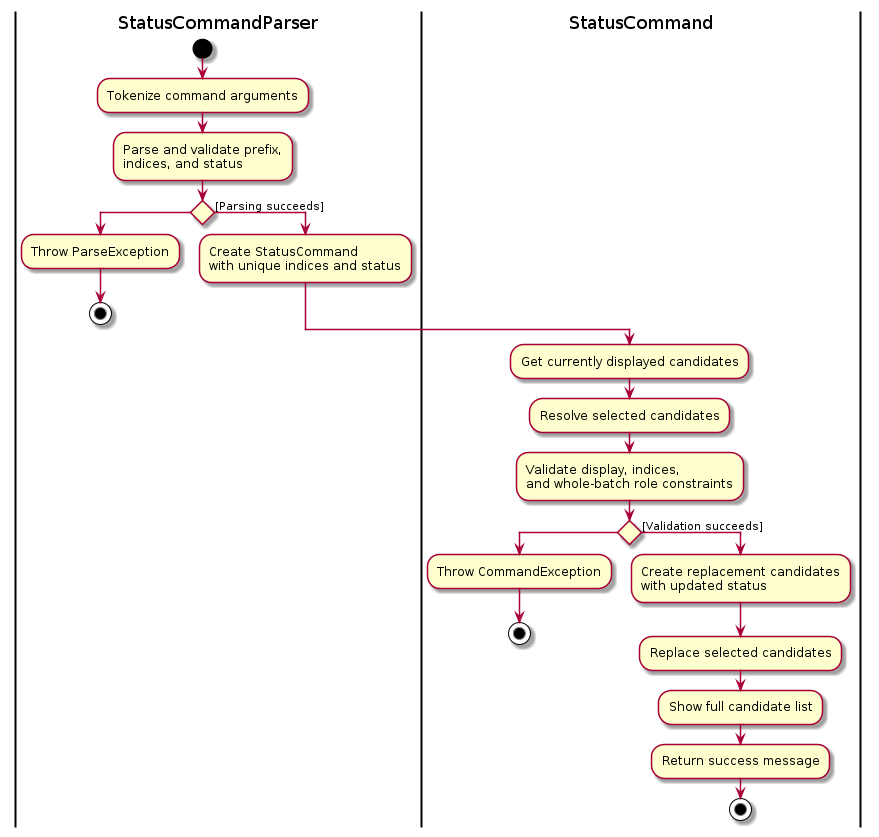
The PlantUML diagram diagrams/BatchStatusActivityDiagram.png in AY2627S1-CS2103-F12-3/tp, before a commit. Its source is kept beside it as diagrams/BatchStatusActivityDiagram.puml. The source it was exported from:
```plantuml
@startuml
skin rose

|StatusCommandParser|
start

:Tokenize command arguments;
:Parse and validate prefix,\nindices, and status;

if ()
    :Throw ParseException;
    stop
else ([Parsing succeeds])
    :Create StatusCommand\nwith unique indices and status;
endif

|StatusCommand|

:Get currently displayed candidates;
:Resolve selected candidates;
:Validate display, indices,\nand whole-batch role constraints;

if ()
    :Throw CommandException;
    stop
else ([Validation succeeds])
    :Create replacement candidates\nwith updated status;
    :Replace selected candidates;
    :Show full candidate list;
    :Return success message;
    stop
endif

@enduml
```
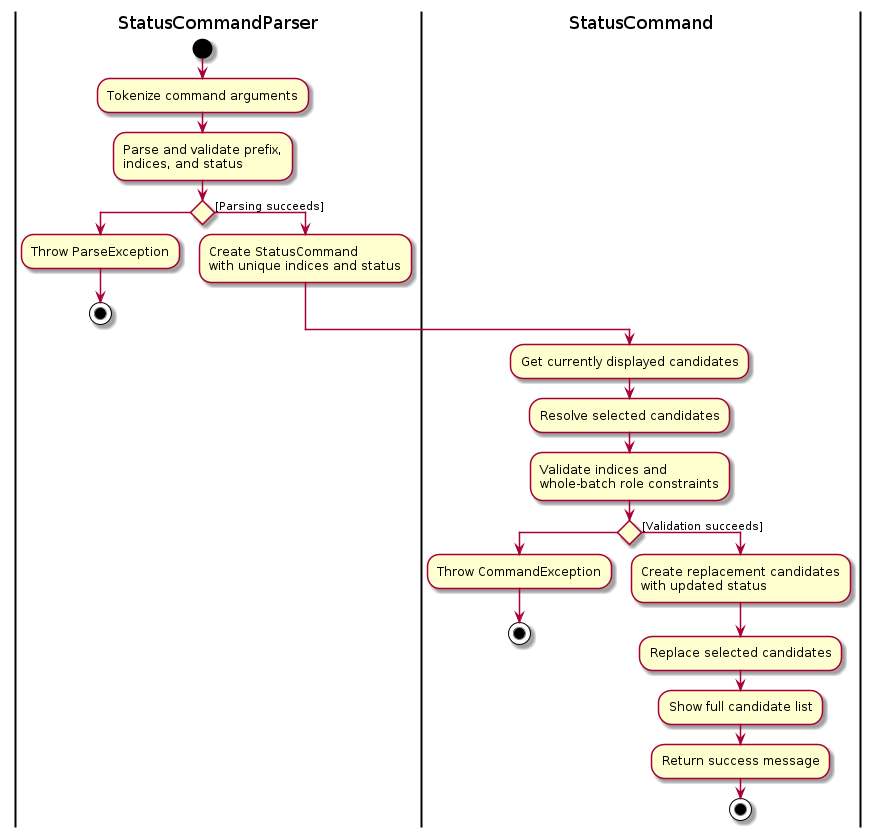
Above is the later version.

Change to the diagram source:
```diff
@@ -18,7 +18,7 @@
 
 :Get currently displayed candidates;
 :Resolve selected candidates;
-:Validate display, indices,\nand whole-batch role constraints;
+:Validate indices and\nwhole-batch role constraints;
 
 if ()
     :Throw CommandException;
```
